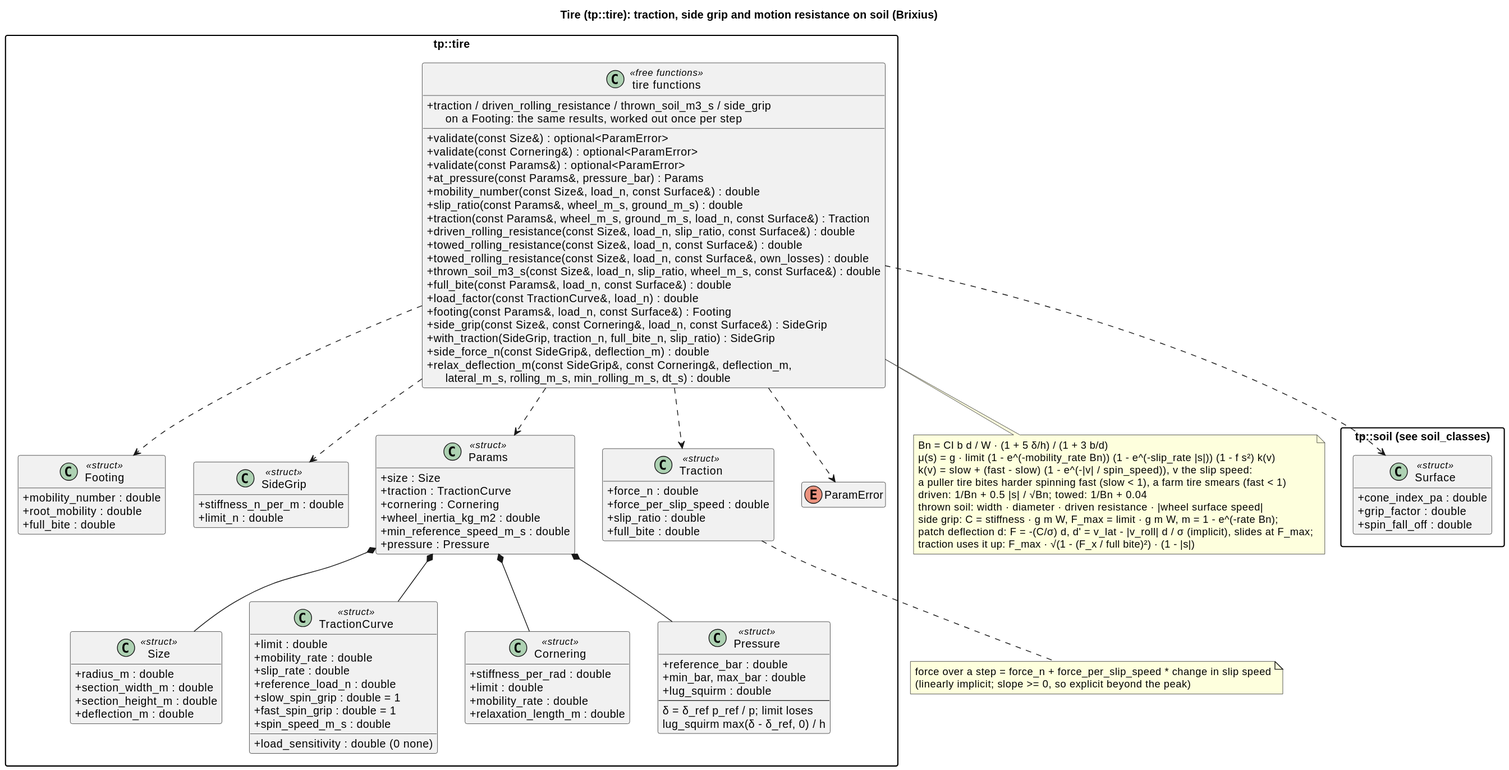
wversteeg/TractorPulling keeps this PlantUML diagram as docs/diagrams/svg/tire_classes.svg. Above is the earlier version.
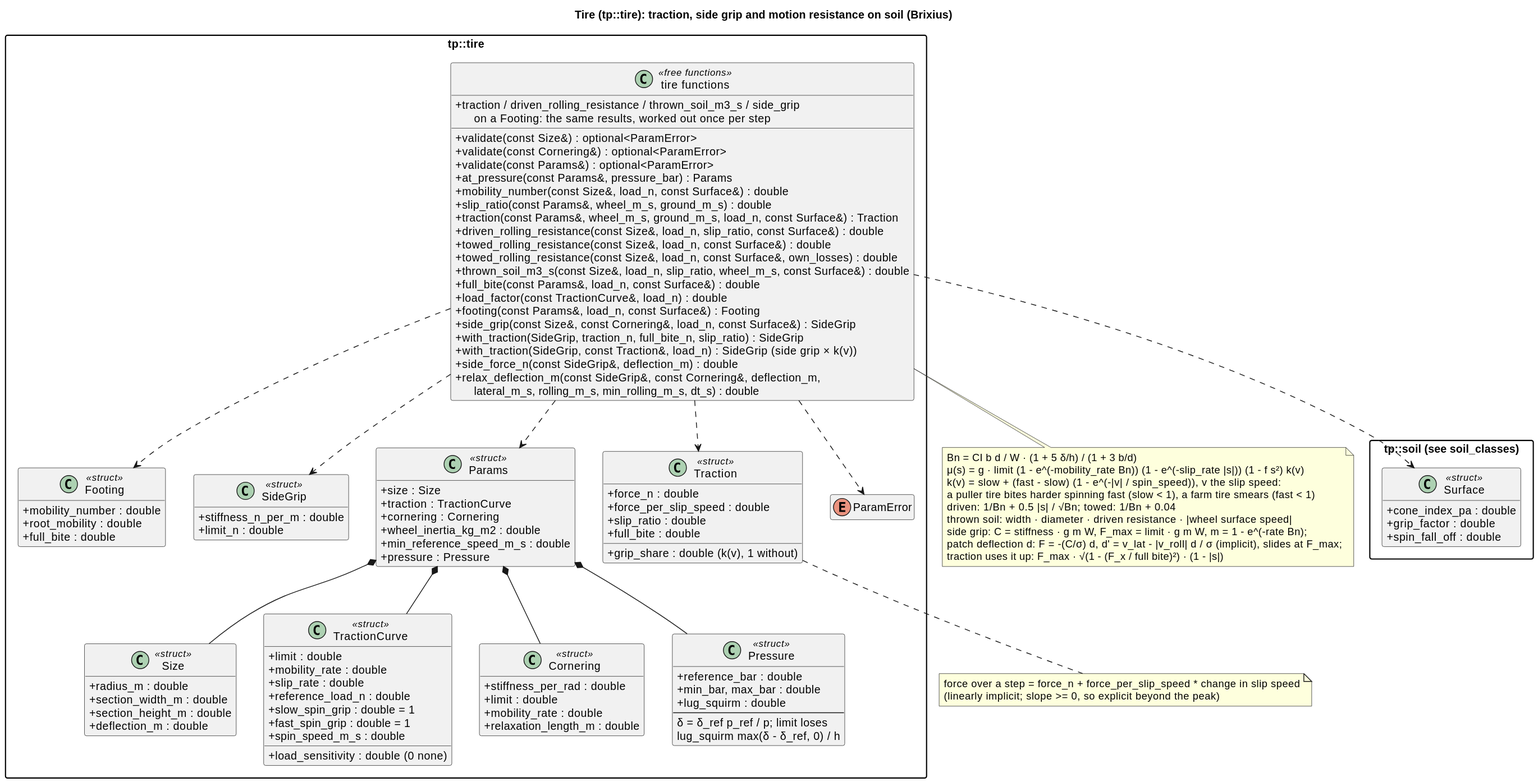
The same file after the commit.

Commit message:
Tires: the grip share scales the side grip too

Change to the diagram source:
```diff
@@ -65,6 +65,7 @@
     +force_per_slip_speed : double
     +slip_ratio : double
     +full_bite : double
+    +grip_share : double (k(v), 1 without)
   }
   enum ParamError
   class "tire functions" as TireFns <<free functions>> {
@@ -85,6 +86,7 @@
     +traction / driven_rolling_resistance / thrown_soil_m3_s / side_grip\n      on a Footing: the same results, worked out once per step
     +side_grip(const Size&, const Cornering&, load_n, const Surface&) : SideGrip
     +with_traction(SideGrip, traction_n, full_bite_n, slip_ratio) : SideGrip
+    +with_traction(SideGrip, const Traction&, load_n) : SideGrip  (side grip × k(v))
     +side_force_n(const SideGrip&, deflection_m) : double
     +relax_deflection_m(const SideGrip&, const Cornering&, deflection_m,\n      lateral_m_s, rolling_m_s, min_rolling_m_s, dt_s) : double
   }
```
